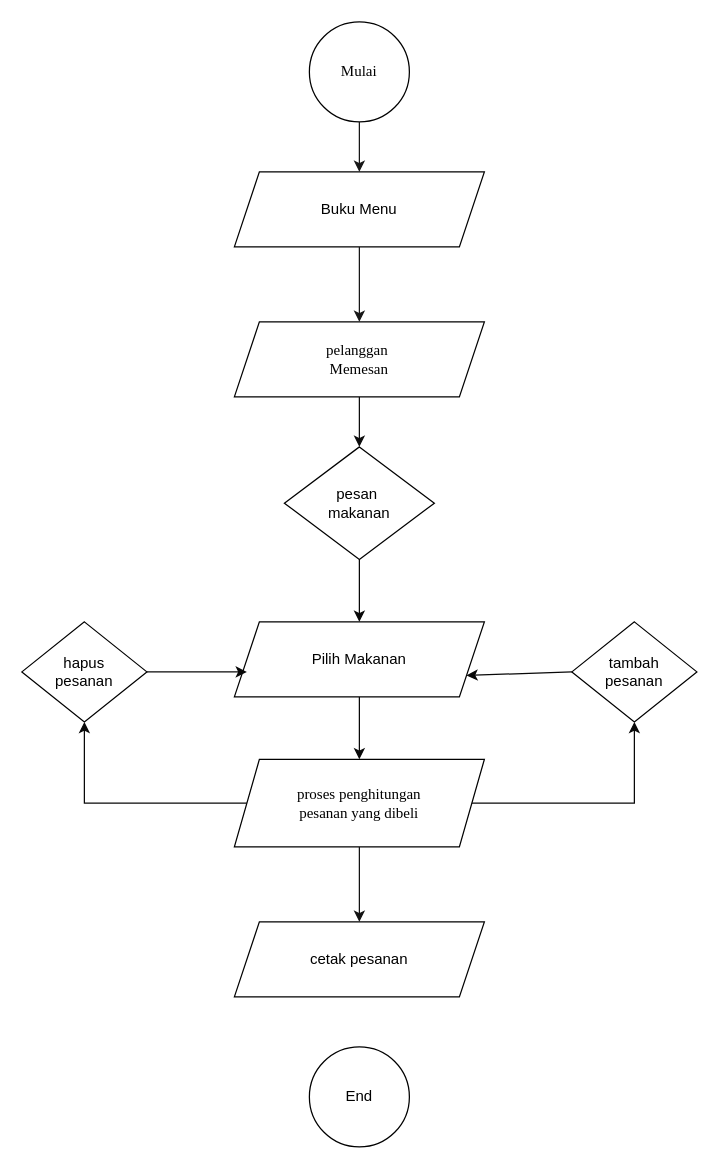
Safrizalcahya/Safrizal-Proses-order-makanan-FE3232849 keeps this draw.io diagram as flowchart.drawio. Above is the earlier version. Source tidied: cells renumbered, new cells numbered last; positions are measured from the earlier drawing's top-left corner, leaving out a move shared by most shapes. Both pictures are drawn from the tidied source at 125%, with x=0, y=0 at pixel (21, 21).
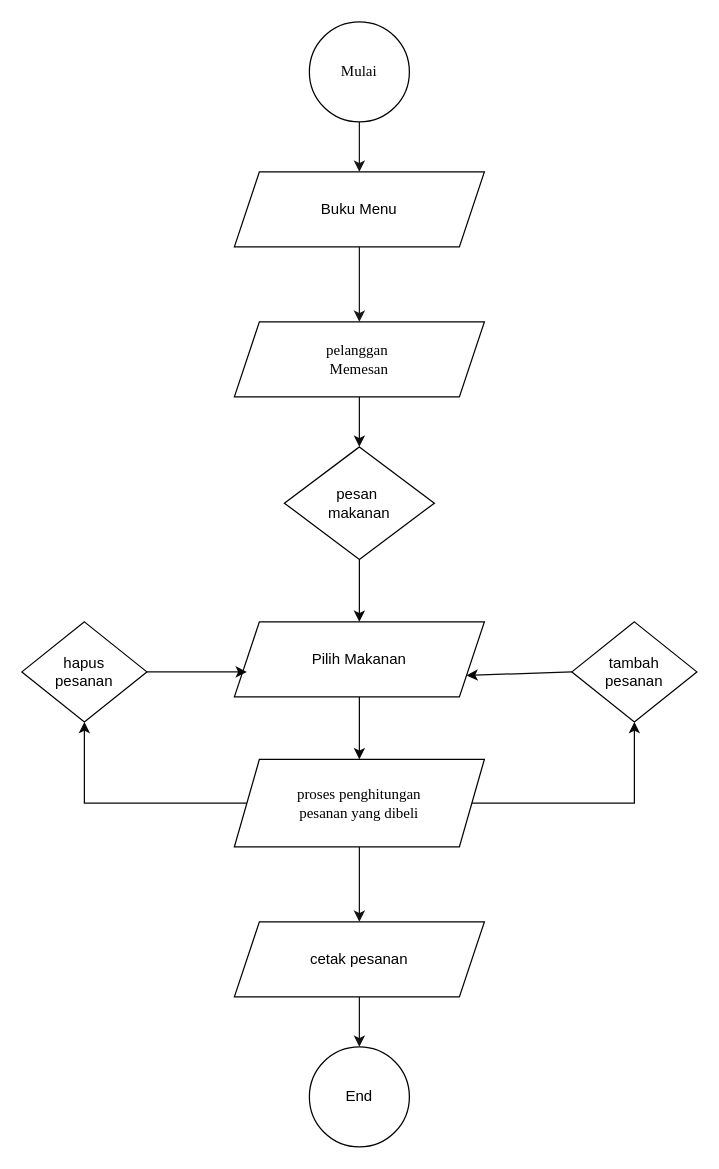
The same page after the edit.

The change refers to these unchanged cells:
```xml
<mxCell id="12" value="End" style="ellipse;whiteSpace=wrap;html=1;" parent="1" vertex="1">
  <mxGeometry x="230" y="820" width="80" height="80" as="geometry" />
</mxCell>
<mxCell id="16" value="cetak pesanan" style="shape=parallelogram;perimeter=parallelogramPerimeter;whiteSpace=wrap;html=1;fixedSize=1;" parent="1" vertex="1">
  <mxGeometry x="170" y="720" width="200" height="60" as="geometry" />
</mxCell>
```

Diff of the diagram source:
```diff
@@
+    <mxCell id="23" style="endArrow=classic;html=1;rounded=0;exitX=0.5;exitY=1;exitDx=0;exitDy=0;entryX=0.5;entryY=0;entryDx=0;entryDy=0;strokeColor=#121212;" parent="1" edge="1" source="16" target="12">
+      <mxGeometry relative="1" as="geometry" />
+    </mxCell>
```
